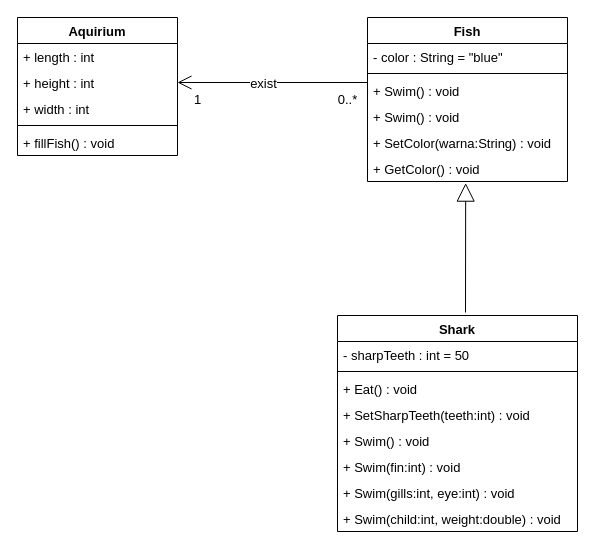
Above: E1ClassDiagram.drawio in yunee01/W2 (draw.io), before the change. Source tidied: cells renumbered, new cells numbered last; positions are measured from the earlier drawing's top-left corner, leaving out a move shared by most shapes. Both pictures are drawn from the tidied source at 100%, with x=0, y=0 at pixel (17, 17).
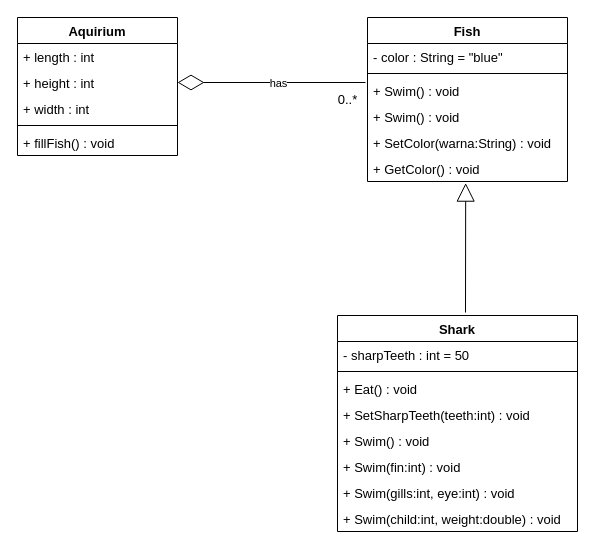
The same diagram, later.

The change refers to these unchanged cells:
```xml
<mxCell id="12" value="+ height : int&#10;" style="text;strokeColor=none;fillColor=none;align=left;verticalAlign=top;spacingLeft=4;spacingRight=4;overflow=hidden;points=[[0,0.5],[1,0.5]];portConstraint=eastwest;fontSize=13;" parent="10" vertex="1">
  <mxGeometry y="52" width="160" height="26" as="geometry" />
</mxCell>
```

Change to the diagram source:
```diff
@@
-    <mxCell id="16" style="endArrow=open;endFill=1;endSize=12;html=1;entryX=1;entryY=0.5;entryDx=0;entryDy=0;fontSize=13;" parent="1" edge="1" target="12">
-      <mxGeometry relative="1" as="geometry">
-        <mxPoint x="350" y="65" as="sourcePoint" />
-      </mxGeometry>
-    </mxCell>
-    <mxCell id="17" value="exist" style="edgeLabel;html=1;align=center;verticalAlign=middle;fontSize=13;" parent="16" vertex="1">
-      <mxGeometry x="0.1" relative="1" as="geometry" />
-    </mxCell>
@@
-    <mxCell id="19" value="1" style="text;html=1;align=center;verticalAlign=middle;fontSize=13;" parent="1" vertex="1">
-      <mxGeometry x="170" y="72" width="20" height="20" as="geometry" />
-    </mxCell>
@@
+    <mxCell id="29" style="endArrow=diamondThin;endFill=0;endSize=24;html=1;entryX=1;entryY=0.5;entryDx=0;entryDy=0;" parent="1" edge="1" target="12">
+      <mxGeometry relative="1" as="geometry">
+        <mxPoint x="348" y="65" as="sourcePoint" />
+      </mxGeometry>
+    </mxCell>
+    <mxCell id="30" value="has" style="edgeLabel;html=1;align=center;verticalAlign=middle;" parent="29" vertex="1">
+      <mxGeometry x="-0.13" y="1" relative="1" as="geometry">
+        <mxPoint x="-6" y="-1" as="offset" />
+      </mxGeometry>
+    </mxCell>
```
